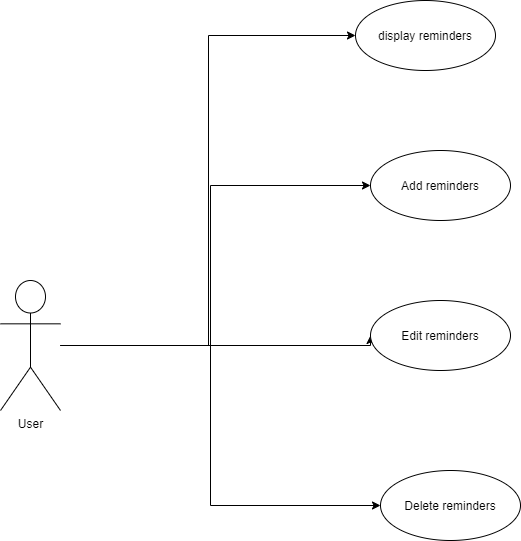
Above: useCase.drawio.png in arshad-shah/medicineReminder (draw.io), before the change. Source tidied: cells renumbered, new cells last; positions are measured from the earlier drawing's top-left corner, leaving out a move shared by most shapes. Its diagram source:
```xml
<mxGraphModel>
  <root>
    <mxCell id="0" />
    <mxCell id="1" parent="0" />
    <mxCell id="2" style="edgeStyle=orthogonalEdgeStyle;rounded=0;jettySize=auto;html=1;entryX=0;entryY=0.5;entryDx=0;entryDy=0;" parent="1" edge="1" source="6" target="7">
      <mxGeometry relative="1" as="geometry">
        <Array as="points">
          <mxPoint x="208" y="345" />
          <mxPoint x="208" y="35" />
        </Array>
      </mxGeometry>
    </mxCell>
    <mxCell id="3" style="edgeStyle=orthogonalEdgeStyle;rounded=0;jettySize=auto;html=1;entryX=0;entryY=0.5;entryDx=0;entryDy=0;" parent="1" edge="1" source="6" target="8">
      <mxGeometry relative="1" as="geometry">
        <Array as="points">
          <mxPoint x="210" y="345" />
          <mxPoint x="210" y="185" />
        </Array>
      </mxGeometry>
    </mxCell>
    <mxCell id="4" style="edgeStyle=orthogonalEdgeStyle;rounded=0;jettySize=auto;html=1;entryX=0;entryY=0.5;entryDx=0;entryDy=0;" parent="1" edge="1" source="6" target="9">
      <mxGeometry relative="1" as="geometry">
        <Array as="points">
          <mxPoint x="370" y="345" />
        </Array>
      </mxGeometry>
    </mxCell>
    <mxCell id="5" style="edgeStyle=orthogonalEdgeStyle;rounded=0;jettySize=auto;html=1;entryX=0;entryY=0.5;entryDx=0;entryDy=0;" parent="1" edge="1" source="6" target="10">
      <mxGeometry relative="1" as="geometry">
        <Array as="points">
          <mxPoint x="210" y="345" />
          <mxPoint x="210" y="505" />
        </Array>
      </mxGeometry>
    </mxCell>
    <mxCell id="6" value="User" style="shape=umlActor;verticalLabelPosition=bottom;verticalAlign=top;html=1;" parent="1" vertex="1">
      <mxGeometry y="280" width="60" height="130" as="geometry" />
    </mxCell>
    <mxCell id="7" value="display reminders" style="ellipse;whiteSpace=wrap;html=1;" parent="1" vertex="1">
      <mxGeometry x="355" width="140" height="70" as="geometry" />
    </mxCell>
    <mxCell id="8" value="Add reminders" style="ellipse;whiteSpace=wrap;html=1;" parent="1" vertex="1">
      <mxGeometry x="370" y="150" width="140" height="70" as="geometry" />
    </mxCell>
    <mxCell id="9" value="Edit reminders" style="ellipse;whiteSpace=wrap;html=1;" parent="1" vertex="1">
      <mxGeometry x="370" y="300" width="140" height="70" as="geometry" />
    </mxCell>
    <mxCell id="10" value="Delete reminders" style="ellipse;whiteSpace=wrap;html=1;" parent="1" vertex="1">
      <mxGeometry x="380" y="470" width="140" height="70" as="geometry" />
    </mxCell>
  </root>
</mxGraphModel>
```
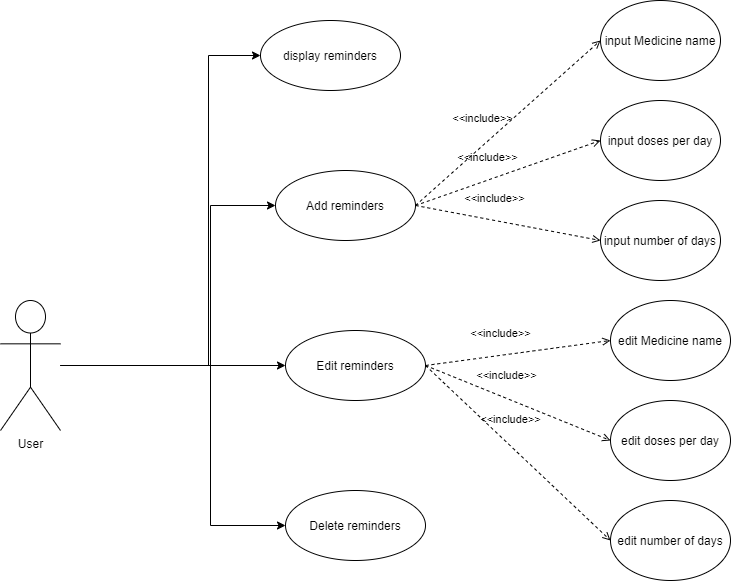
Later version of the same file.

The edit, as a diff of the source:
```diff
@@ -5,36 +5,32 @@
     <mxCell id="2" style="edgeStyle=orthogonalEdgeStyle;rounded=0;jettySize=auto;html=1;entryX=0;entryY=0.5;entryDx=0;entryDy=0;" parent="1" edge="1" source="6" target="7">
       <mxGeometry relative="1" as="geometry">
         <Array as="points">
-          <mxPoint x="208" y="345" />
-          <mxPoint x="208" y="35" />
+          <mxPoint x="303" y="345" />
+          <mxPoint x="303" y="35" />
         </Array>
       </mxGeometry>
     </mxCell>
     <mxCell id="3" style="edgeStyle=orthogonalEdgeStyle;rounded=0;jettySize=auto;html=1;entryX=0;entryY=0.5;entryDx=0;entryDy=0;" parent="1" edge="1" source="6" target="8">
       <mxGeometry relative="1" as="geometry">
         <Array as="points">
-          <mxPoint x="210" y="345" />
-          <mxPoint x="210" y="185" />
+          <mxPoint x="305" y="345" />
+          <mxPoint x="305" y="185" />
         </Array>
       </mxGeometry>
     </mxCell>
+    <mxCell id="5" style="edgeStyle=orthogonalEdgeStyle;rounded=0;jettySize=auto;html=1;entryX=0;entryY=0.5;entryDx=0;entryDy=0;" parent="1" edge="1" source="6" target="10">
+      <mxGeometry relative="1" as="geometry">
+        <Array as="points">
+          <mxPoint x="305" y="345" />
+          <mxPoint x="305" y="505" />
+        </Array>
+      </mxGeometry>
+    </mxCell>
     <mxCell id="4" style="edgeStyle=orthogonalEdgeStyle;rounded=0;jettySize=auto;html=1;entryX=0;entryY=0.5;entryDx=0;entryDy=0;" parent="1" edge="1" source="6" target="9">
-      <mxGeometry relative="1" as="geometry">
-        <Array as="points">
-          <mxPoint x="370" y="345" />
-        </Array>
-      </mxGeometry>
+      <mxGeometry relative="1" as="geometry" />
     </mxCell>
-    <mxCell id="5" style="edgeStyle=orthogonalEdgeStyle;rounded=0;jettySize=auto;html=1;entryX=0;entryY=0.5;entryDx=0;entryDy=0;" parent="1" edge="1" source="6" target="10">
-      <mxGeometry relative="1" as="geometry">
-        <Array as="points">
-          <mxPoint x="210" y="345" />
-          <mxPoint x="210" y="505" />
-        </Array>
-      </mxGeometry>
-    </mxCell>
     <mxCell id="6" value="User" style="shape=umlActor;verticalLabelPosition=bottom;verticalAlign=top;html=1;" parent="1" vertex="1">
-      <mxGeometry y="280" width="60" height="130" as="geometry" />
+      <mxGeometry x="95" y="280" width="60" height="130" as="geometry" />
     </mxCell>
     <mxCell id="7" value="display reminders" style="ellipse;whiteSpace=wrap;html=1;" parent="1" vertex="1">
       <mxGeometry x="355" width="140" height="70" as="geometry" />
@@ -43,10 +39,64 @@
       <mxGeometry x="370" y="150" width="140" height="70" as="geometry" />
     </mxCell>
     <mxCell id="9" value="Edit reminders" style="ellipse;whiteSpace=wrap;html=1;" parent="1" vertex="1">
-      <mxGeometry x="370" y="300" width="140" height="70" as="geometry" />
+      <mxGeometry x="380" y="310" width="140" height="70" as="geometry" />
     </mxCell>
     <mxCell id="10" value="Delete reminders" style="ellipse;whiteSpace=wrap;html=1;" parent="1" vertex="1">
       <mxGeometry x="380" y="470" width="140" height="70" as="geometry" />
     </mxCell>
+    <mxCell id="11" value="input Medicine name" style="ellipse;whiteSpace=wrap;html=1;" parent="1" vertex="1">
+      <mxGeometry x="695" y="-20" width="120" height="80" as="geometry" />
+    </mxCell>
+    <mxCell id="12" value="input doses per day" style="ellipse;whiteSpace=wrap;html=1;" parent="1" vertex="1">
+      <mxGeometry x="695" y="80" width="120" height="80" as="geometry" />
+    </mxCell>
+    <mxCell id="13" value="input number of days" style="ellipse;whiteSpace=wrap;html=1;" parent="1" vertex="1">
+      <mxGeometry x="695" y="180" width="120" height="80" as="geometry" />
+    </mxCell>
+    <mxCell id="14" value="&amp;lt;&amp;lt;include&amp;gt;&amp;gt;" style="endArrow=open;html=1;rounded=0;align=center;verticalAlign=bottom;dashed=1;endFill=0;labelBackgroundColor=none;exitX=1;exitY=0.5;exitDx=0;exitDy=0;entryX=0;entryY=0.5;entryDx=0;entryDy=0;" parent="1" edge="1" source="8" target="11">
+      <mxGeometry x="-0.18" y="13" relative="1" as="geometry" />
+    </mxCell>
+    <mxCell id="15" style="html=1;align=center;verticalAlign=top;labelBackgroundColor=none;" parent="14" vertex="1">
+      <mxGeometry relative="1" as="geometry" />
+    </mxCell>
+    <mxCell id="16" value="&amp;lt;&amp;lt;include&amp;gt;&amp;gt;" style="endArrow=open;html=1;rounded=0;align=center;verticalAlign=bottom;dashed=1;endFill=0;labelBackgroundColor=none;exitX=1;exitY=0.5;exitDx=0;exitDy=0;entryX=0;entryY=0.5;entryDx=0;entryDy=0;" parent="1" edge="1" source="8" target="12">
+      <mxGeometry x="-0.18" y="13" relative="1" as="geometry" />
+    </mxCell>
+    <mxCell id="17" style="html=1;align=center;verticalAlign=top;labelBackgroundColor=none;" parent="16" vertex="1">
+      <mxGeometry relative="1" as="geometry" />
+    </mxCell>
+    <mxCell id="18" value="&amp;lt;&amp;lt;include&amp;gt;&amp;gt;" style="endArrow=open;html=1;rounded=0;align=center;verticalAlign=bottom;dashed=1;endFill=0;labelBackgroundColor=none;exitX=1;exitY=0.5;exitDx=0;exitDy=0;entryX=0;entryY=0.5;entryDx=0;entryDy=0;" parent="1" edge="1" source="8" target="13">
+      <mxGeometry x="-0.18" y="13" relative="1" as="geometry" />
+    </mxCell>
+    <mxCell id="19" style="html=1;align=center;verticalAlign=top;labelBackgroundColor=none;" parent="18" vertex="1">
+      <mxGeometry relative="1" as="geometry" />
+    </mxCell>
+    <mxCell id="20" value="edit Medicine name" style="ellipse;whiteSpace=wrap;html=1;" parent="1" vertex="1">
+      <mxGeometry x="705" y="280" width="120" height="80" as="geometry" />
+    </mxCell>
+    <mxCell id="21" value="edit doses per day" style="ellipse;whiteSpace=wrap;html=1;" parent="1" vertex="1">
+      <mxGeometry x="705" y="380" width="120" height="80" as="geometry" />
+    </mxCell>
+    <mxCell id="22" value="edit number of days" style="ellipse;whiteSpace=wrap;html=1;" parent="1" vertex="1">
+      <mxGeometry x="705" y="480" width="120" height="80" as="geometry" />
+    </mxCell>
+    <mxCell id="23" value="&amp;lt;&amp;lt;include&amp;gt;&amp;gt;" style="endArrow=open;html=1;rounded=0;align=center;verticalAlign=bottom;dashed=1;endFill=0;labelBackgroundColor=none;exitX=1;exitY=0.5;exitDx=0;exitDy=0;entryX=0;entryY=0.5;entryDx=0;entryDy=0;" parent="1" edge="1" source="9" target="20">
+      <mxGeometry x="-0.18" y="13" relative="1" as="geometry" />
+    </mxCell>
+    <mxCell id="24" style="html=1;align=center;verticalAlign=top;labelBackgroundColor=none;" parent="23" vertex="1">
+      <mxGeometry relative="1" as="geometry" />
+    </mxCell>
+    <mxCell id="25" value="&amp;lt;&amp;lt;include&amp;gt;&amp;gt;" style="endArrow=open;html=1;rounded=0;align=center;verticalAlign=bottom;dashed=1;endFill=0;labelBackgroundColor=none;exitX=1;exitY=0.5;exitDx=0;exitDy=0;entryX=0;entryY=0.5;entryDx=0;entryDy=0;" parent="1" edge="1" source="9" target="21">
+      <mxGeometry x="-0.18" y="13" relative="1" as="geometry" />
+    </mxCell>
+    <mxCell id="26" style="html=1;align=center;verticalAlign=top;labelBackgroundColor=none;" parent="25" vertex="1">
+      <mxGeometry relative="1" as="geometry" />
+    </mxCell>
+    <mxCell id="27" value="&amp;lt;&amp;lt;include&amp;gt;&amp;gt;" style="endArrow=open;html=1;rounded=0;align=center;verticalAlign=bottom;dashed=1;endFill=0;labelBackgroundColor=none;exitX=1;exitY=0.5;exitDx=0;exitDy=0;entryX=0;entryY=0.5;entryDx=0;entryDy=0;" parent="1" edge="1" source="9" target="22">
+      <mxGeometry x="-0.18" y="13" relative="1" as="geometry" />
+    </mxCell>
+    <mxCell id="28" style="html=1;align=center;verticalAlign=top;labelBackgroundColor=none;" parent="27" vertex="1">
+      <mxGeometry relative="1" as="geometry" />
+    </mxCell>
   </root>
 </mxGraphModel>
```
